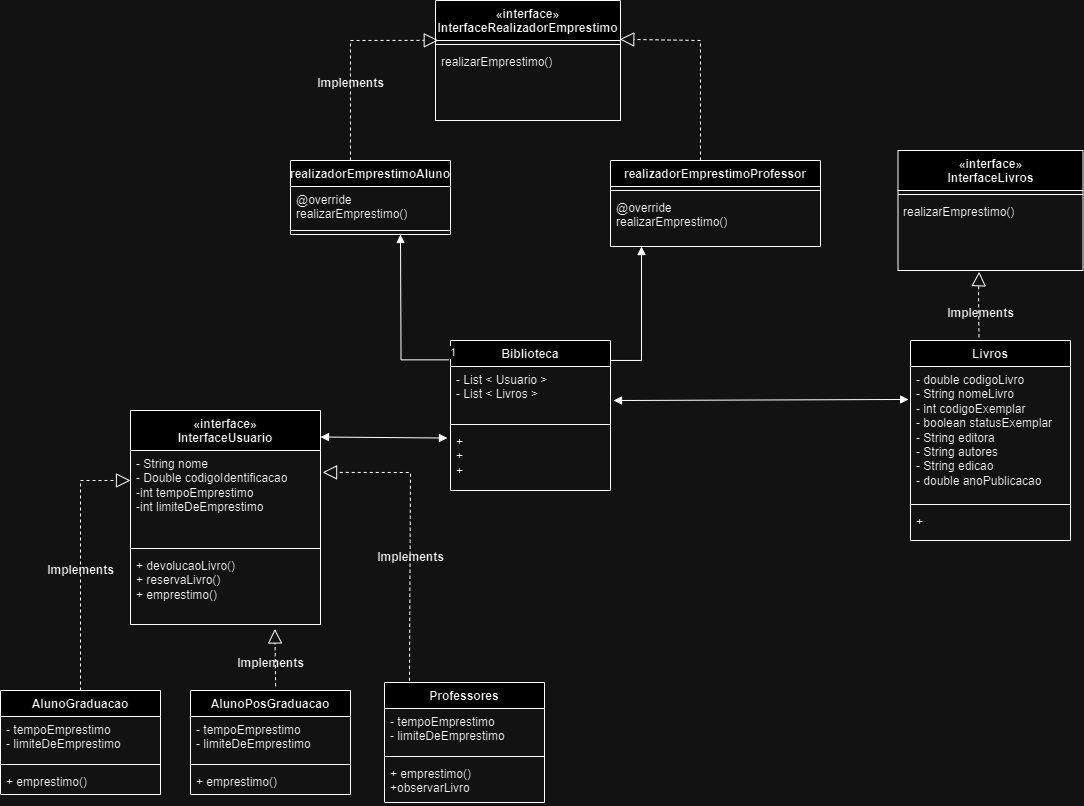
The draw.io diagram ClassesProjeto/DiagramaClassesTemporario.png in JoseRaimundo27/Trabalho-Final-EngSofware, before a commit. Source tidied: cells renumbered, new cells last; positions are measured from the earlier drawing's top-left corner, leaving out a move shared by most shapes.
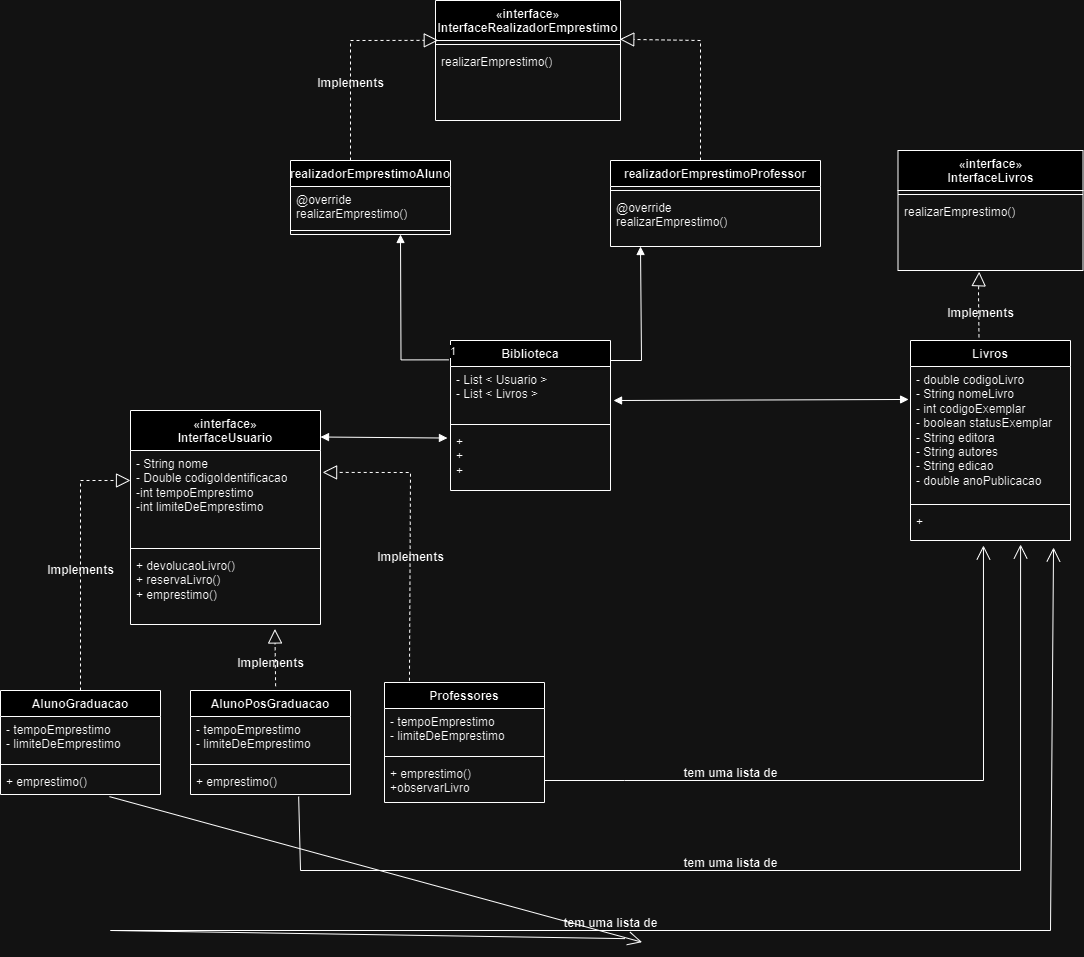
Above is the later version.

Commit message:
Atualizando diagrama

The edit, as a diff of the source:
```diff
@@ -192,5 +192,42 @@
         </Array>
       </mxGeometry>
     </mxCell>
+    <mxCell id="54" style="endArrow=open;endFill=1;endSize=12;html=1;rounded=0;entryX=0.456;entryY=1.156;entryDx=0;entryDy=0;entryPerimeter=0;" parent="1" edge="1" target="26">
+      <mxGeometry relative="1" as="geometry">
+        <mxPoint x="544" y="780" as="sourcePoint" />
+        <Array as="points">
+          <mxPoint x="624" y="780" />
+          <mxPoint x="983" y="780" />
+        </Array>
+      </mxGeometry>
+    </mxCell>
+    <mxCell id="55" style="endArrow=open;endFill=1;endSize=12;html=1;rounded=0;exitX=0.676;exitY=1.082;exitDx=0;exitDy=0;exitPerimeter=0;entryX=0.688;entryY=1.125;entryDx=0;entryDy=0;entryPerimeter=0;" parent="1" edge="1" source="14" target="26">
+      <mxGeometry relative="1" as="geometry">
+        <Array as="points">
+          <mxPoint x="300" y="870" />
+          <mxPoint x="1020" y="870" />
+        </Array>
+      </mxGeometry>
+    </mxCell>
+    <mxCell id="56" style="endArrow=open;endFill=1;endSize=12;html=1;rounded=0;exitX=0.681;exitY=1.082;exitDx=0;exitDy=0;exitPerimeter=0;entryX=0.894;entryY=1.219;entryDx=0;entryDy=0;entryPerimeter=0;" parent="1" edge="1" source="60" target="26">
+      <mxGeometry relative="1" as="geometry">
+        <Array as="points">
+          <mxPoint x="110" y="930" />
+          <mxPoint x="1050" y="930" />
+        </Array>
+      </mxGeometry>
+    </mxCell>
+    <mxCell id="57" value="tem uma lista de" style="text;align=center;fontStyle=1;verticalAlign=middle;spacingLeft=3;spacingRight=3;strokeColor=none;html=1;" parent="1" vertex="1">
+      <mxGeometry x="690" y="760" width="80" height="26" as="geometry" />
+    </mxCell>
+    <mxCell id="58" value="tem uma lista de" style="text;align=center;fontStyle=1;verticalAlign=middle;spacingLeft=3;spacingRight=3;strokeColor=none;html=1;" parent="1" vertex="1">
+      <mxGeometry x="690" y="850" width="80" height="26" as="geometry" />
+    </mxCell>
+    <mxCell id="59" style="endArrow=open;endFill=1;endSize=12;html=1;rounded=0;exitX=0.681;exitY=1.082;exitDx=0;exitDy=0;exitPerimeter=0;entryX=0.894;entryY=1.219;entryDx=0;entryDy=0;entryPerimeter=0;" parent="1" edge="1" source="10" target="60">
+      <mxGeometry relative="1" as="geometry" />
+    </mxCell>
+    <mxCell id="60" value="tem uma lista de" style="text;align=center;fontStyle=1;verticalAlign=middle;spacingLeft=3;spacingRight=3;strokeColor=none;points=[[0,0.5],[1,0.5]];portConstraint=eastwest;html=1;" parent="1" vertex="1">
+      <mxGeometry x="570" y="910" width="80" height="26" as="geometry" />
+    </mxCell>
   </root>
 </mxGraphModel>
```
